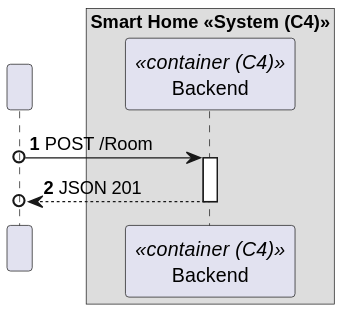
Above: docs/C4_4plus1_models/Level2/ProcessView/ProcessViewLevel2_UC02_v1.svg in moutajDev/smarthome (PlantUML), before the change.
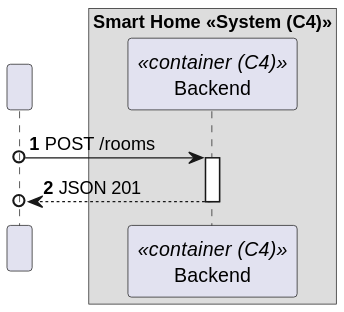
After the change.

What changed in the source:
```diff
@@ -10,7 +10,7 @@
 end box
 
 
-HTTP o-> Backend: POST /Room
+HTTP o-> Backend: POST /rooms
 activate Backend
 
 Backend -->o HTTP: JSON 201
```
